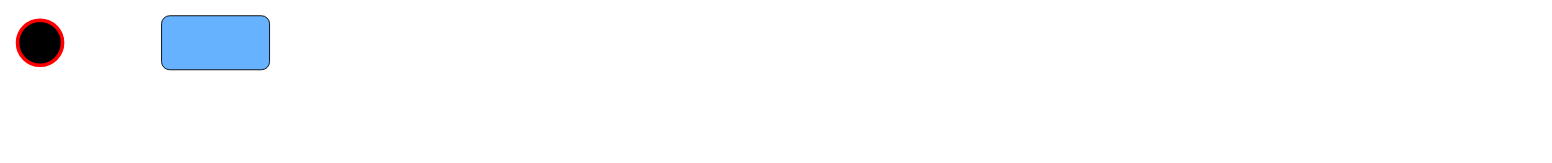
Earlier version of the draw.io diagram docs/activitydiagram/activitydiagram.drawio (Schufeli/modul-318-student). Source tidied: cells renumbered, new cells numbered last; positions are measured from the earlier drawing's top-left corner, leaving out a move shared by most shapes. Both pictures are drawn from the tidied source at 90%, with x=0, y=0 at pixel (17, 15).
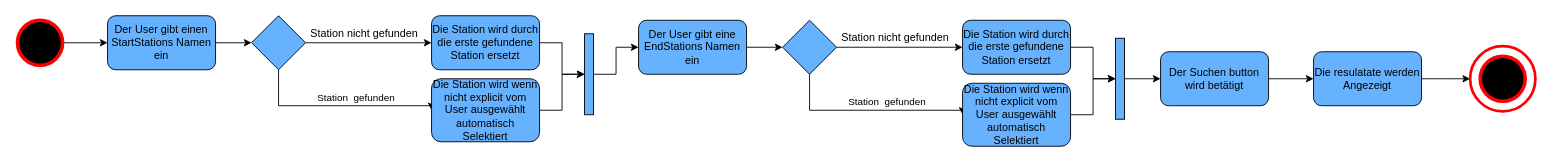
The same page after the edit.

Unchanged cells that the change refers to:
```xml
<mxCell id="2" style="ellipse;whiteSpace=wrap;html=1;strokeWidth=4;strokeColor=#FF0000;fillColor=#000000;" parent="1" vertex="1">
  <mxGeometry y="5" width="50" height="50" as="geometry" />
</mxCell>
```

The edit, as a diff of the source:
```diff
@@
+    <mxCell id="4" style="edgeStyle=orthogonalEdgeStyle;rounded=0;jettySize=auto;html=1;" parent="1" edge="1" source="2" target="3">
+      <mxGeometry relative="1" as="geometry" />
+    </mxCell>
@@
+    <mxCell id="5" style="edgeStyle=orthogonalEdgeStyle;rounded=0;jettySize=auto;html=1;" parent="1" edge="1" source="3" target="9">
+      <mxGeometry relative="1" as="geometry" />
+    </mxCell>
-    <mxCell id="3" style="rounded=1;whiteSpace=wrap;html=1;strokeWidth=1;fillColor=#66B2FF;" parent="1" vertex="1">
-      <mxGeometry x="160" width="120" height="60" as="geometry" />
+    <mxCell id="3" value="Der User gibt einen StartStations Namen ein" style="rounded=1;whiteSpace=wrap;html=1;strokeWidth=1;fillColor=#66B2FF;" parent="1" vertex="1">
+      <mxGeometry x="100" width="120" height="60" as="geometry" />
     </mxCell>
+    <mxCell id="6" style="edgeStyle=orthogonalEdgeStyle;rounded=0;jettySize=auto;html=1;entryX=0;entryY=0.5;entryDx=0;entryDy=0;" parent="1" edge="1" source="9" target="11">
+      <mxGeometry relative="1" as="geometry">
+        <Array as="points">
+          <mxPoint x="290" y="100" />
+        </Array>
+      </mxGeometry>
+    </mxCell>
+    <mxCell id="7" value="Station&amp;nbsp; gefunden" style="edgeLabel;html=1;align=center;verticalAlign=middle;" parent="6" vertex="1">
+      <mxGeometry x="0.06" relative="1" as="geometry">
+        <mxPoint x="11" y="-10" as="offset" />
+      </mxGeometry>
+    </mxCell>
+    <mxCell id="8" style="edgeStyle=orthogonalEdgeStyle;rounded=0;jettySize=auto;html=1;" parent="1" edge="1" source="9" target="13">
+      <mxGeometry relative="1" as="geometry" />
+    </mxCell>
+    <mxCell id="9" style="rhombus;whiteSpace=wrap;html=1;strokeColor=#000000;strokeWidth=1;fillColor=#66B2FF;" parent="1" vertex="1">
+      <mxGeometry x="260" width="60" height="60" as="geometry" />
+    </mxCell>
+    <mxCell id="10" style="edgeStyle=orthogonalEdgeStyle;rounded=0;jettySize=auto;html=1;entryX=0;entryY=0.5;entryDx=0;entryDy=0;" parent="1" edge="1" source="11" target="16">
+      <mxGeometry relative="1" as="geometry" />
+    </mxCell>
+    <mxCell id="11" value="Die Station wird wenn nicht explicit vom User ausgewählt automatisch Selektiert" style="rounded=1;whiteSpace=wrap;html=1;strokeColor=#000000;strokeWidth=1;fillColor=#66B2FF;" parent="1" vertex="1">
+      <mxGeometry x="460" y="70" width="120" height="70" as="geometry" />
+    </mxCell>
+    <mxCell id="12" style="edgeStyle=orthogonalEdgeStyle;rounded=0;jettySize=auto;html=1;entryX=0;entryY=0.5;entryDx=0;entryDy=0;" parent="1" edge="1" source="13" target="16">
+      <mxGeometry relative="1" as="geometry" />
+    </mxCell>
+    <mxCell id="13" value="Die Station wird durch die erste gefundene Station ersetzt" style="rounded=1;whiteSpace=wrap;html=1;strokeColor=#000000;strokeWidth=1;fillColor=#66B2FF;" parent="1" vertex="1">
+      <mxGeometry x="460" width="120" height="60" as="geometry" />
+    </mxCell>
+    <mxCell id="14" value="Station nicht gefunden" style="text;html=1;align=center;verticalAlign=middle;" parent="1" vertex="1">
+      <mxGeometry x="320" y="10" width="130" height="20" as="geometry" />
+    </mxCell>
+    <mxCell id="15" style="edgeStyle=orthogonalEdgeStyle;rounded=0;jettySize=auto;html=1;exitX=1;exitY=0.5;exitDx=0;exitDy=0;entryX=0;entryY=0.5;entryDx=0;entryDy=0;" parent="1" edge="1" source="16" target="18">
+      <mxGeometry relative="1" as="geometry" />
+    </mxCell>
+    <mxCell id="16" style="rounded=0;whiteSpace=wrap;html=1;strokeColor=#000000;strokeWidth=1;fillColor=#66B2FF;" parent="1" vertex="1">
+      <mxGeometry x="630" y="20" width="10" height="90" as="geometry" />
+    </mxCell>
+    <mxCell id="17" style="edgeStyle=orthogonalEdgeStyle;rounded=0;jettySize=auto;html=1;" parent="1" edge="1" source="18" target="22">
+      <mxGeometry relative="1" as="geometry" />
+    </mxCell>
+    <mxCell id="18" value="Der User gibt eine EndStations Namen ein" style="rounded=1;whiteSpace=wrap;html=1;strokeWidth=1;fillColor=#66B2FF;" parent="1" vertex="1">
+      <mxGeometry x="690" y="5" width="120" height="60" as="geometry" />
+    </mxCell>
+    <mxCell id="19" style="edgeStyle=orthogonalEdgeStyle;rounded=0;jettySize=auto;html=1;entryX=0;entryY=0.5;entryDx=0;entryDy=0;" parent="1" edge="1" source="22" target="24">
+      <mxGeometry relative="1" as="geometry">
+        <Array as="points">
+          <mxPoint x="880" y="105" />
+        </Array>
+      </mxGeometry>
+    </mxCell>
+    <mxCell id="20" value="Station&amp;nbsp; gefunden" style="edgeLabel;html=1;align=center;verticalAlign=middle;" parent="19" vertex="1">
+      <mxGeometry x="0.06" relative="1" as="geometry">
+        <mxPoint x="11" y="-10" as="offset" />
+      </mxGeometry>
+    </mxCell>
+    <mxCell id="21" style="edgeStyle=orthogonalEdgeStyle;rounded=0;jettySize=auto;html=1;" parent="1" edge="1" source="22" target="26">
+      <mxGeometry relative="1" as="geometry" />
+    </mxCell>
+    <mxCell id="22" style="rhombus;whiteSpace=wrap;html=1;strokeColor=#000000;strokeWidth=1;fillColor=#66B2FF;" parent="1" vertex="1">
+      <mxGeometry x="850" y="5" width="60" height="60" as="geometry" />
+    </mxCell>
+    <mxCell id="23" style="edgeStyle=orthogonalEdgeStyle;rounded=0;jettySize=auto;html=1;entryX=0;entryY=0.5;entryDx=0;entryDy=0;" parent="1" edge="1" source="24" target="29">
+      <mxGeometry relative="1" as="geometry" />
+    </mxCell>
+    <mxCell id="24" value="Die Station wird wenn nicht explicit vom User ausgewählt automatisch Selektiert" style="rounded=1;whiteSpace=wrap;html=1;strokeColor=#000000;strokeWidth=1;fillColor=#66B2FF;" parent="1" vertex="1">
+      <mxGeometry x="1050" y="75" width="120" height="70" as="geometry" />
+    </mxCell>
+    <mxCell id="25" style="edgeStyle=orthogonalEdgeStyle;rounded=0;jettySize=auto;html=1;entryX=0;entryY=0.5;entryDx=0;entryDy=0;" parent="1" edge="1" source="26" target="29">
+      <mxGeometry relative="1" as="geometry" />
+    </mxCell>
+    <mxCell id="26" value="Die Station wird durch die erste gefundene Station ersetzt" style="rounded=1;whiteSpace=wrap;html=1;strokeColor=#000000;strokeWidth=1;fillColor=#66B2FF;" parent="1" vertex="1">
+      <mxGeometry x="1050" y="5" width="120" height="60" as="geometry" />
+    </mxCell>
+    <mxCell id="27" value="Station nicht gefunden" style="text;html=1;align=center;verticalAlign=middle;" parent="1" vertex="1">
+      <mxGeometry x="910" y="15" width="130" height="20" as="geometry" />
+    </mxCell>
+    <mxCell id="28" style="edgeStyle=orthogonalEdgeStyle;rounded=0;jettySize=auto;html=1;entryX=0;entryY=0.5;entryDx=0;entryDy=0;" parent="1" edge="1" source="29" target="31">
+      <mxGeometry relative="1" as="geometry" />
+    </mxCell>
+    <mxCell id="29" style="rounded=0;whiteSpace=wrap;html=1;strokeColor=#000000;strokeWidth=1;fillColor=#66B2FF;" parent="1" vertex="1">
+      <mxGeometry x="1220" y="25" width="10" height="90" as="geometry" />
+    </mxCell>
+    <mxCell id="30" style="edgeStyle=orthogonalEdgeStyle;rounded=0;jettySize=auto;html=1;" parent="1" edge="1" source="31" target="33">
+      <mxGeometry relative="1" as="geometry" />
+    </mxCell>
+    <mxCell id="31" value="Der Suchen button wird betätigt" style="rounded=1;whiteSpace=wrap;html=1;strokeColor=#000000;strokeWidth=1;fillColor=#66B2FF;" parent="1" vertex="1">
+      <mxGeometry x="1270" y="40" width="120" height="60" as="geometry" />
+    </mxCell>
+    <mxCell id="32" style="edgeStyle=orthogonalEdgeStyle;rounded=0;jettySize=auto;html=1;entryX=0;entryY=0.5;entryDx=0;entryDy=0;" parent="1" edge="1" source="33" target="34">
+      <mxGeometry relative="1" as="geometry" />
+    </mxCell>
+    <mxCell id="33" value="Die resulatate werden Angezeigt" style="rounded=1;whiteSpace=wrap;html=1;strokeColor=#000000;strokeWidth=1;fillColor=#66B2FF;" parent="1" vertex="1">
+      <mxGeometry x="1440" y="40" width="120" height="60" as="geometry" />
+    </mxCell>
+    <mxCell id="34" style="ellipse;whiteSpace=wrap;html=1;strokeWidth=3;strokeColor=#FF0000;fillColor=#FFFFFF;" parent="1" vertex="1">
+      <mxGeometry x="1614" y="33.8" width="72.5" height="72.5" as="geometry" />
+    </mxCell>
+    <mxCell id="35" style="ellipse;whiteSpace=wrap;html=1;strokeWidth=4;strokeColor=#FF0000;fillColor=#000000;" parent="1" vertex="1">
+      <mxGeometry x="1625.2" y="45" width="50" height="50" as="geometry" />
+    </mxCell>
```
